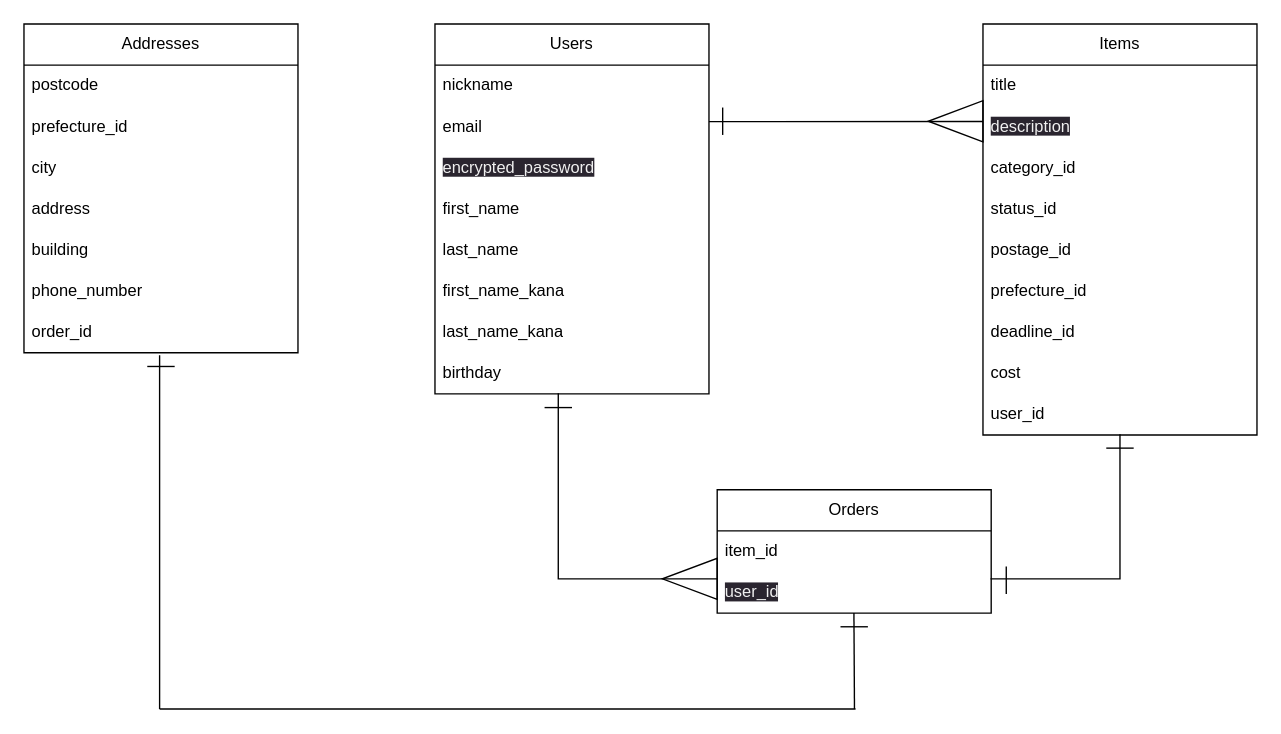
Earlier version of the draw.io diagram ERfigure.dio (bondinu/furima-39203). Source tidied: cells renumbered, new cells numbered last; positions are measured from the earlier drawing's top-left corner, leaving out a move shared by most shapes. Both pictures are drawn from the tidied source at 137%, with x=0, y=0 at pixel (23, 23).
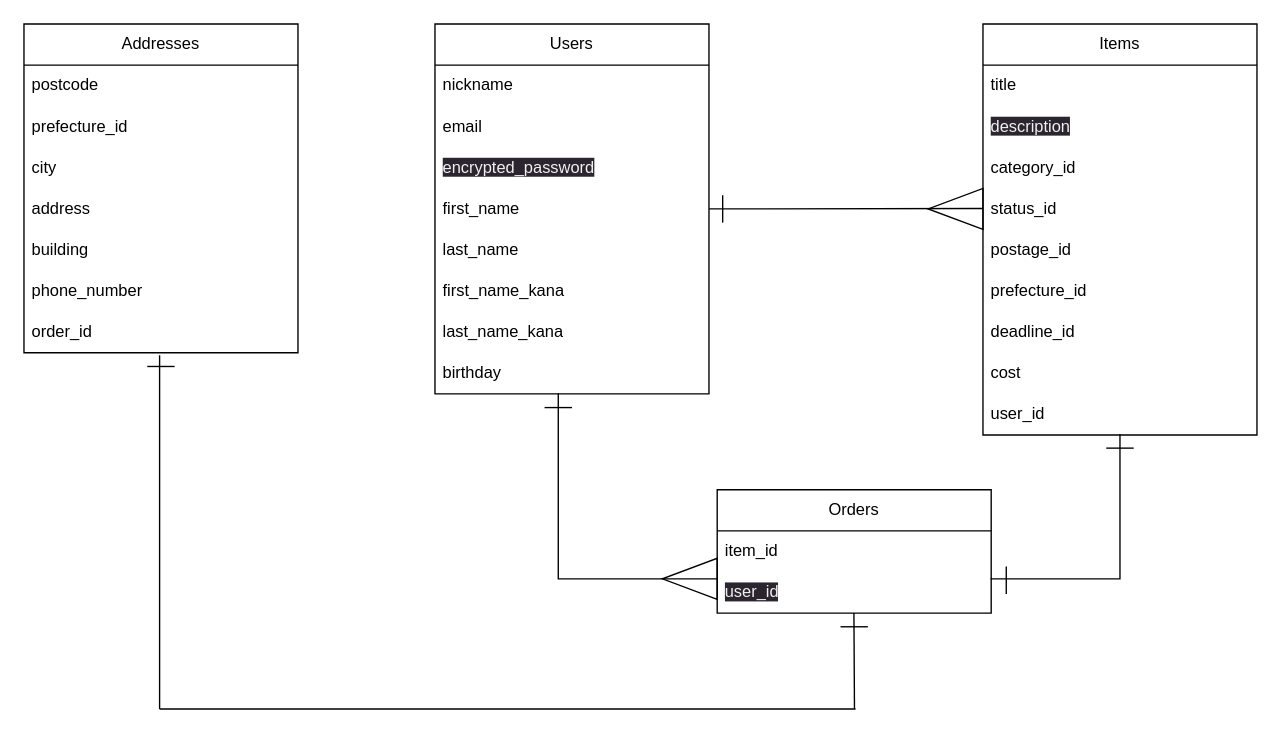
The same diagram, later.

Commit message:
データベース設計　修正４

Unchanged cells that the change refers to:
```xml
<mxCell id="13" value="&lt;span style=&quot;color: rgb(240, 240, 240); font-family: Helvetica; font-size: 12px; font-style: normal; font-variant-ligatures: normal; font-variant-caps: normal; font-weight: 400; letter-spacing: normal; orphans: 2; text-align: left; text-indent: 0px; text-transform: none; widows: 2; word-spacing: 0px; -webkit-text-stroke-width: 0px; background-color: rgb(42, 37, 47); text-decoration-thickness: initial; text-decoration-style: initial; text-decoration-color: initial; float: none; display: inline !important;&quot;&gt;description&lt;br&gt;&lt;/span&gt;" style="text;strokeColor=none;fillColor=none;align=left;verticalAlign=middle;spacingLeft=4;spacingRight=4;overflow=hidden;points=[[0,0.5],[1,0.5]];portConstraint=eastwest;whiteSpace=wrap;html=1;" parent="11" vertex="1">
  <mxGeometry y="60" width="200" height="30" as="geometry" />
</mxCell>
```

Diff of the diagram source:
```diff
@@
-    <mxCell id="35" style="endArrow=none;html=1;exitX=1.01;exitY=0.378;exitDx=0;exitDy=0;entryX=0;entryY=0.374;entryDx=0;entryDy=0;exitPerimeter=0;entryPerimeter=0;" parent="1" edge="1" target="13">
-      <mxGeometry relative="1" as="geometry">
-        <mxPoint x="500" y="71.3" as="sourcePoint" />
-      </mxGeometry>
-    </mxCell>
     <mxCell id="36" style="triangle;whiteSpace=wrap;html=1;fillColor=none;direction=west;" parent="1" vertex="1">
-      <mxGeometry x="660" y="56" width="40" height="30" as="geometry" />
+      <mxGeometry x="660" y="120" width="40" height="30" as="geometry" />
     </mxCell>
     <mxCell id="37" style="endArrow=none;html=1;" parent="1" edge="1">
       <mxGeometry relative="1" as="geometry">
-        <mxPoint x="510" y="61" as="sourcePoint" />
-        <mxPoint x="510" y="81" as="targetPoint" />
+        <mxPoint x="510" y="125" as="sourcePoint" />
+        <mxPoint x="510" y="145" as="targetPoint" />
         <Array as="points">
-          <mxPoint x="510" y="68" />
+          <mxPoint x="510" y="132" />
         </Array>
       </mxGeometry>
     </mxCell>
@@
+    <mxCell id="46" style="endArrow=none;html=1;" parent="1" edge="1">
+      <mxGeometry relative="1" as="geometry">
+        <mxPoint x="500" y="135" as="sourcePoint" />
+        <mxPoint x="700" y="134.7" as="targetPoint" />
+      </mxGeometry>
+    </mxCell>
```
